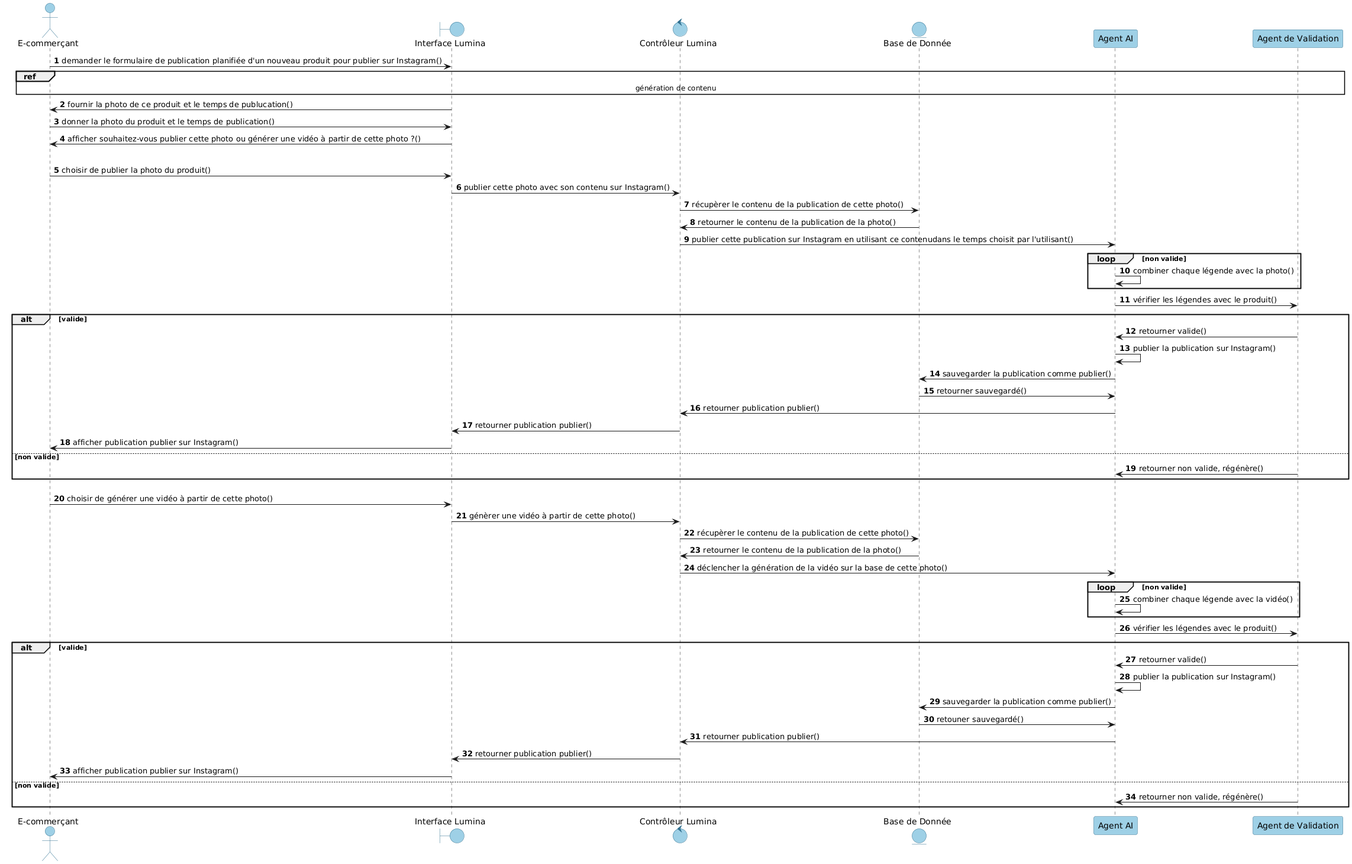
This is conception/publucationsequence/publication planifiée d'un nouveaux produit sur Instagram.png from MahdiBelguith/E-commerce-Lunmina, a PlantUML export, as it was before one commit. The source it was exported from:
```plantuml
@startuml
autonumber
skinparam backgroundColor white

skinparam participant {
    BackgroundColor #9ED0E6
    BorderColor #2F6F8F
    FontColor black
}

skinparam actor {
    BackgroundColor #9ED0E6
    BorderColor #2F6F8F
    FontColor black
}

skinparam entity {
    BackgroundColor #9ED0E6
    BorderColor #2F6F8F
    FontColor black
}

skinparam boundary {
    BackgroundColor #9ED0E6
    BorderColor #2F6F8F
    FontColor black
}
skinparam control {
    BackgroundColor #9ED0E6
    BorderColor #2F6F8F
    FontColor black
}
actor "E-commerçant" as User
boundary "Interface Lumina" as UI
control "Contrôleur Lumina" as Controller
Entity "Base de Donnée" as DB
participant "Agent AI" as AI
participant "Agent de Validation" as Validator
User -> UI :  demander le formulaire de publication planifiée d'un nouveau produit pour publier sur Instagram()
ref over User, UI, Controller, DB , AI , Validator
    génération de contenu
end ref
UI -> User :  fournir la photo de ce produit et le temps de publucation()
User -> UI : donner la photo du produit et le temps de publication()
UI ->User : afficher souhaitez-vous publier cette photo ou générer une vidéo à partir de cette photo ?()
            alt photo
                User -> UI : choisir de publier la photo du produit()
                UI -> Controller : publier cette photo avec son contenu sur Instagram()
                Controller -> DB : récupèrer le contenu de la publication de cette photo()
                DB -> Controller : retourner le contenu de la publication de la photo()
                Controller -> AI : publier cette publication sur Instagram en utilisant ce contenudans le temps choisit par l'utilisant()
                loop non valide
                    AI -> AI :combiner chaque légende avec la photo()
                end loop
                AI -> Validator :  vérifier les légendes avec le produit()
                alt valide
                    Validator -> AI : retourner valide()
                    AI -> AI :  publier la publication sur Instagram()
                    AI -> DB : sauvegarder la publication comme publier()
                    DB -> AI : retourner sauvegardé()
                    AI -> Controller : retourner publication publier()
                    Controller -> UI : retourner publication publier()
                    UI  -> User : afficher publication publier sur Instagram()
                else non valide
                    Validator -> AI : retourner non valide, régénère()
                end
            else video
                User -> UI : choisir de générer une vidéo à partir de cette photo()
                UI -> Controller : génèrer une vidéo à partir de cette photo()
                Controller -> DB : récupèrer le contenu de la publication de cette photo()
                DB -> Controller : retourner le contenu de la publication de la photo()
                Controller -> AI : déclencher la génération de la vidéo sur la base de cette photo()
                loop non valide
                    AI -> AI :combiner chaque légende avec la vidéo()
                end loop
                AI -> Validator :  vérifier les légendes avec le produit()
                alt valide
                    Validator -> AI : retourner valide()
                    AI -> AI :  publier la publication sur Instagram()
                    AI -> DB : sauvegarder la publication comme publier()
                    DB -> AI : retouner sauvegardé()
                    AI -> Controller : retourner publication publier()
                    Controller -> UI : retourner publication publier()
                    UI  -> User : afficher publication publier sur Instagram()
                else non valide
                    Validator -> AI : retourner non valide, régénère()
                end
@enduml
```
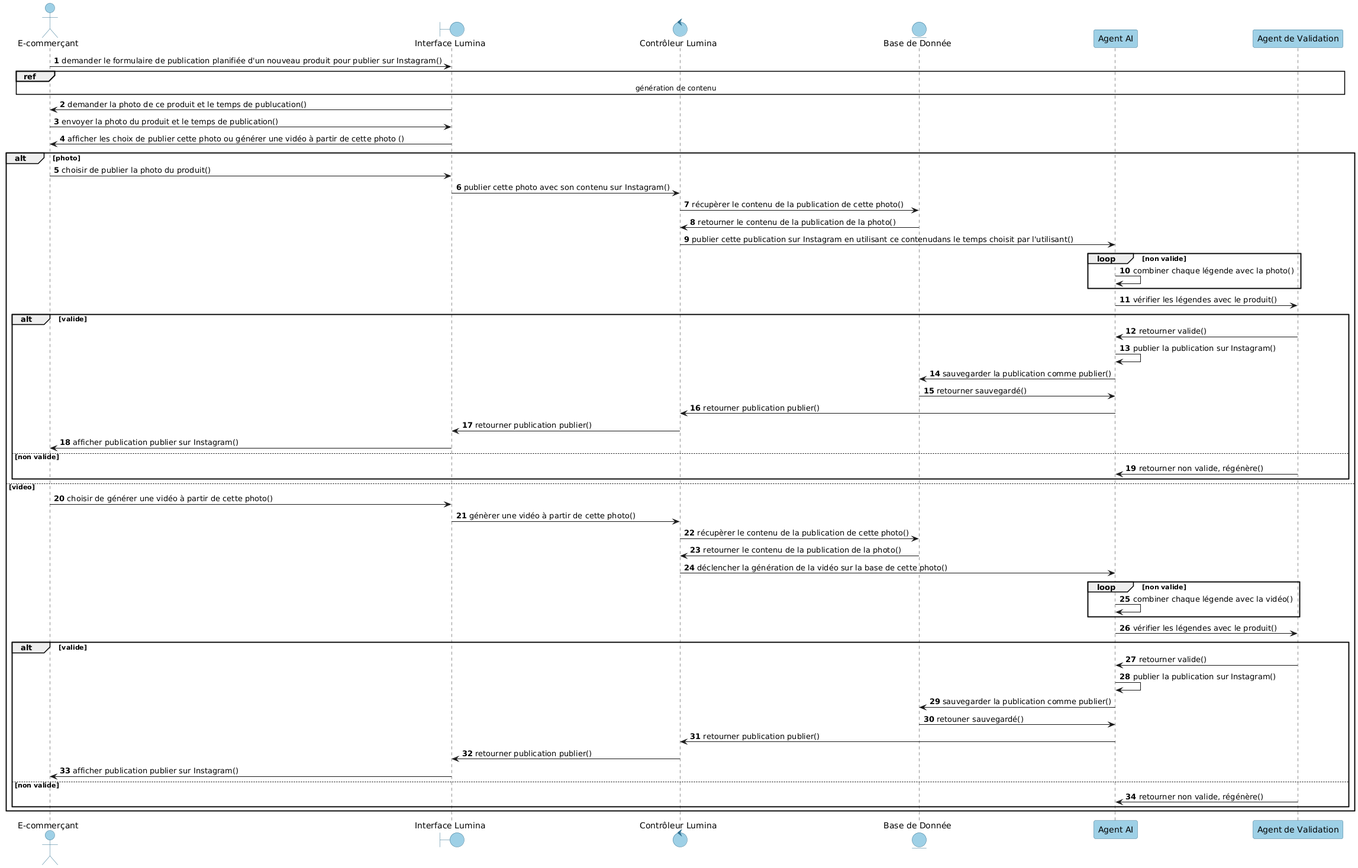
After the change.

Change to the diagram source:
```diff
@@ -40,9 +40,9 @@
 ref over User, UI, Controller, DB , AI , Validator
     génération de contenu
 end ref
-UI -> User :  fournir la photo de ce produit et le temps de publucation()
-User -> UI : donner la photo du produit et le temps de publication()
-UI ->User : afficher souhaitez-vous publier cette photo ou générer une vidéo à partir de cette photo ?()
+UI -> User :  demander la photo de ce produit et le temps de publucation()
+User -> UI :  envoyer la photo du produit et le temps de publication()
+UI ->User : afficher les choix de publier cette photo ou générer une vidéo à partir de cette photo ()
             alt photo
                 User -> UI : choisir de publier la photo du produit()
                 UI -> Controller : publier cette photo avec son contenu sur Instagram()
@@ -85,4 +85,5 @@
                 else non valide
                     Validator -> AI : retourner non valide, régénère()
                 end
+            end
 @enduml
```
